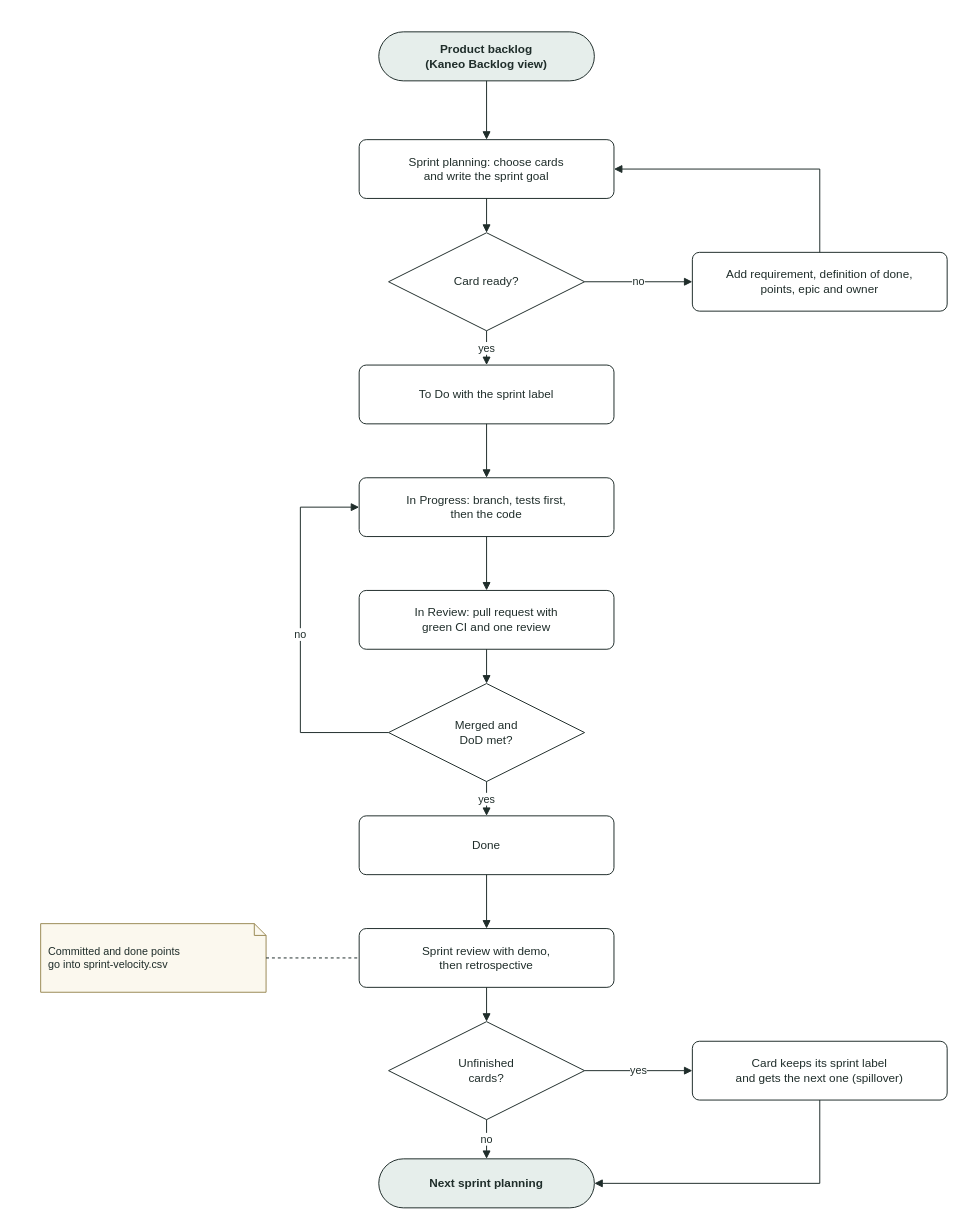
Before: docs/assets/drawio/sprint-flow.drawio in Mosekjaer/prepmeup, a draw.io diagram. Source tidied: cells renumbered, new cells numbered last; positions are measured from the earlier drawing's top-left corner, leaving out a move shared by most shapes. Both pictures are drawn from the tidied source at 98%, with x=0, y=0 at pixel (40, 31).
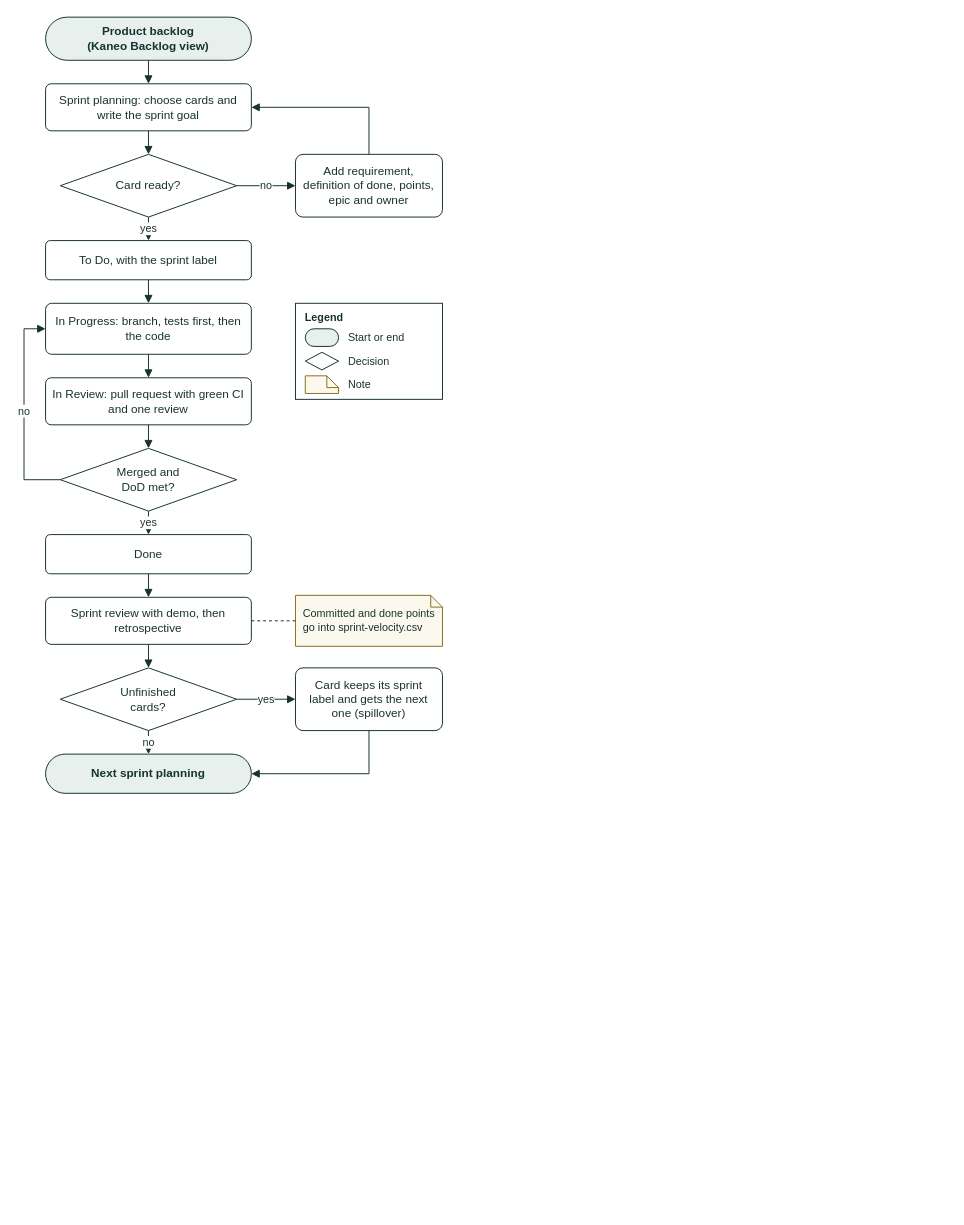
After the change.

Diff of the diagram source:
```diff
@@
-    <mxCell id="2" value="Product backlog&lt;br&gt;(Kaneo Backlog view)" style="rounded=1;arcSize=50;whiteSpace=wrap;html=1;fillColor=#e6eeeb;strokeColor=#1f2d2a;fontColor=#1f2d2a;fontStyle=1;fontSize=12;" parent="1" vertex="1">
-      <mxGeometry x="345" width="220" height="50" as="geometry" />
+    <mxCell id="2" value="Product backlog&lt;br&gt;(Kaneo Backlog view)" style="rounded=1;arcSize=50;whiteSpace=wrap;html=1;fillColor=#E8F0EE;strokeColor=#173330;fontColor=#173330;fontStyle=1;fontSize=12;fontFamily=Arial;" parent="1" vertex="1">
+      <mxGeometry x="5" y="-15" width="210" height="44" as="geometry" />
     </mxCell>
-    <mxCell id="3" value="Sprint planning: choose cards&lt;br&gt;and write the sprint goal" style="rounded=1;arcSize=12;whiteSpace=wrap;html=1;fillColor=#ffffff;strokeColor=#1f2d2a;fontColor=#1f2d2a;fontSize=12;" parent="1" vertex="1">
-      <mxGeometry x="325" y="110" width="260" height="60" as="geometry" />
+    <mxCell id="3" value="Sprint planning: choose cards and write the sprint goal" style="rounded=1;arcSize=12;whiteSpace=wrap;html=1;spacingLeft=6;spacingRight=6;fillColor=#FFFFFF;strokeColor=#173330;fontColor=#173330;fontSize=12;fontFamily=Arial;" parent="1" vertex="1">
+      <mxGeometry x="5" y="53" width="210" height="48" as="geometry" />
     </mxCell>
-    <mxCell id="4" value="Card ready?" style="rhombus;whiteSpace=wrap;html=1;fillColor=#ffffff;strokeColor=#1f2d2a;fontColor=#1f2d2a;fontSize=12;" parent="1" vertex="1">
-      <mxGeometry x="355" y="205" width="200" height="100" as="geometry" />
+    <mxCell id="4" value="Card ready?" style="rhombus;whiteSpace=wrap;html=1;fillColor=#FFFFFF;strokeColor=#173330;fontColor=#173330;fontSize=12;fontFamily=Arial;" parent="1" vertex="1">
+      <mxGeometry x="20" y="125" width="180" height="64" as="geometry" />
     </mxCell>
-    <mxCell id="5" value="Add requirement, definition of done,&lt;br&gt;points, epic and owner" style="rounded=1;arcSize=12;whiteSpace=wrap;html=1;fillColor=#ffffff;strokeColor=#1f2d2a;fontColor=#1f2d2a;fontSize=12;" parent="1" vertex="1">
-      <mxGeometry x="665" y="225" width="260" height="60" as="geometry" />
-    </mxCell>
-    <mxCell id="6" value="To Do with the sprint label" style="rounded=1;arcSize=12;whiteSpace=wrap;html=1;fillColor=#ffffff;strokeColor=#1f2d2a;fontColor=#1f2d2a;fontSize=12;" parent="1" vertex="1">
-      <mxGeometry x="325" y="340" width="260" height="60" as="geometry" />
+    <mxCell id="6" value="To Do, with the sprint label" style="rounded=1;arcSize=12;whiteSpace=wrap;html=1;spacingLeft=6;spacingRight=6;fillColor=#FFFFFF;strokeColor=#173330;fontColor=#173330;fontSize=12;fontFamily=Arial;" parent="1" vertex="1">
+      <mxGeometry x="5" y="213" width="210" height="40" as="geometry" />
     </mxCell>
-    <mxCell id="7" value="In Progress: branch, tests first,&lt;br&gt;then the code" style="rounded=1;arcSize=12;whiteSpace=wrap;html=1;fillColor=#ffffff;strokeColor=#1f2d2a;fontColor=#1f2d2a;fontSize=12;" parent="1" vertex="1">
-      <mxGeometry x="325" y="455" width="260" height="60" as="geometry" />
+    <mxCell id="7" value="In Progress: branch, tests first, then the code" style="rounded=1;arcSize=12;whiteSpace=wrap;html=1;spacingLeft=6;spacingRight=6;fillColor=#FFFFFF;strokeColor=#173330;fontColor=#173330;fontSize=12;fontFamily=Arial;" parent="1" vertex="1">
+      <mxGeometry x="5" y="277" width="210" height="52" as="geometry" />
     </mxCell>
-    <mxCell id="8" value="In Review: pull request with&lt;br&gt;green CI and one review" style="rounded=1;arcSize=12;whiteSpace=wrap;html=1;fillColor=#ffffff;strokeColor=#1f2d2a;fontColor=#1f2d2a;fontSize=12;" parent="1" vertex="1">
-      <mxGeometry x="325" y="570" width="260" height="60" as="geometry" />
+    <mxCell id="8" value="In Review: pull request with green CI and one review" style="rounded=1;arcSize=12;whiteSpace=wrap;html=1;spacingLeft=6;spacingRight=6;fillColor=#FFFFFF;strokeColor=#173330;fontColor=#173330;fontSize=12;fontFamily=Arial;" parent="1" vertex="1">
+      <mxGeometry x="5" y="353" width="210" height="48" as="geometry" />
     </mxCell>
-    <mxCell id="9" value="Merged and&lt;br&gt;DoD met?" style="rhombus;whiteSpace=wrap;html=1;fillColor=#ffffff;strokeColor=#1f2d2a;fontColor=#1f2d2a;fontSize=12;" parent="1" vertex="1">
-      <mxGeometry x="355" y="665" width="200" height="100" as="geometry" />
+    <mxCell id="9" value="Merged and&lt;br&gt;DoD met?" style="rhombus;whiteSpace=wrap;html=1;fillColor=#FFFFFF;strokeColor=#173330;fontColor=#173330;fontSize=12;fontFamily=Arial;" parent="1" vertex="1">
+      <mxGeometry x="20" y="425" width="180" height="64" as="geometry" />
     </mxCell>
-    <mxCell id="10" value="Done" style="rounded=1;arcSize=12;whiteSpace=wrap;html=1;fillColor=#ffffff;strokeColor=#1f2d2a;fontColor=#1f2d2a;fontSize=12;" parent="1" vertex="1">
-      <mxGeometry x="325" y="800" width="260" height="60" as="geometry" />
+    <mxCell id="10" value="Done" style="rounded=1;arcSize=12;whiteSpace=wrap;html=1;spacingLeft=6;spacingRight=6;fillColor=#FFFFFF;strokeColor=#173330;fontColor=#173330;fontSize=12;fontFamily=Arial;" parent="1" vertex="1">
+      <mxGeometry x="5" y="513" width="210" height="40" as="geometry" />
     </mxCell>
-    <mxCell id="11" value="Sprint review with demo,&lt;br&gt;then retrospective" style="rounded=1;arcSize=12;whiteSpace=wrap;html=1;fillColor=#ffffff;strokeColor=#1f2d2a;fontColor=#1f2d2a;fontSize=12;" parent="1" vertex="1">
-      <mxGeometry x="325" y="915" width="260" height="60" as="geometry" />
+    <mxCell id="11" value="Sprint review with demo, then retrospective" style="rounded=1;arcSize=12;whiteSpace=wrap;html=1;spacingLeft=6;spacingRight=6;fillColor=#FFFFFF;strokeColor=#173330;fontColor=#173330;fontSize=12;fontFamily=Arial;" parent="1" vertex="1">
+      <mxGeometry x="5" y="577" width="210" height="48" as="geometry" />
     </mxCell>
-    <mxCell id="12" value="Unfinished&lt;br&gt;cards?" style="rhombus;whiteSpace=wrap;html=1;fillColor=#ffffff;strokeColor=#1f2d2a;fontColor=#1f2d2a;fontSize=12;" parent="1" vertex="1">
-      <mxGeometry x="355" y="1010" width="200" height="100" as="geometry" />
+    <mxCell id="12" value="Unfinished&lt;br&gt;cards?" style="rhombus;whiteSpace=wrap;html=1;fillColor=#FFFFFF;strokeColor=#173330;fontColor=#173330;fontSize=12;fontFamily=Arial;" parent="1" vertex="1">
+      <mxGeometry x="20" y="649" width="180" height="64" as="geometry" />
     </mxCell>
+    <mxCell id="14" value="Next sprint planning" style="rounded=1;arcSize=50;whiteSpace=wrap;html=1;fillColor=#E8F0EE;strokeColor=#173330;fontColor=#173330;fontStyle=1;fontSize=12;fontFamily=Arial;" parent="1" vertex="1">
+      <mxGeometry x="5" y="737" width="210" height="40" as="geometry" />
+    </mxCell>
+    <mxCell id="5" value="Add requirement, definition of done, points, epic and owner" style="rounded=1;arcSize=12;whiteSpace=wrap;html=1;spacingLeft=6;spacingRight=6;fillColor=#FFFFFF;strokeColor=#173330;fontColor=#173330;fontSize=12;fontFamily=Arial;" parent="1" vertex="1">
+      <mxGeometry x="260" y="125" width="150" height="64" as="geometry" />
+    </mxCell>
+    <mxCell id="15" value="Committed and done points go into sprint-velocity.csv" style="shape=note;size=12;whiteSpace=wrap;html=1;align=left;verticalAlign=middle;spacingLeft=6;spacingRight=6;fillColor=#FBF8EE;strokeColor=#8A6D1F;fontColor=#173330;fontSize=11;fontFamily=Arial;" parent="1" vertex="1">
+      <mxGeometry x="260" y="575" width="150" height="52" as="geometry" />
+    </mxCell>
-    <mxCell id="13" value="Card keeps its sprint label&lt;br&gt;and gets the next one (spillover)" style="rounded=1;arcSize=12;whiteSpace=wrap;html=1;fillColor=#ffffff;strokeColor=#1f2d2a;fontColor=#1f2d2a;fontSize=12;" parent="1" vertex="1">
-      <mxGeometry x="665" y="1030" width="260" height="60" as="geometry" />
+    <mxCell id="13" value="Card keeps its sprint label and gets the next one (spillover)" style="rounded=1;arcSize=12;whiteSpace=wrap;html=1;spacingLeft=6;spacingRight=6;fillColor=#FFFFFF;strokeColor=#173330;fontColor=#173330;fontSize=12;fontFamily=Arial;" parent="1" vertex="1">
+      <mxGeometry x="260" y="649" width="150" height="64" as="geometry" />
     </mxCell>
-    <mxCell id="14" value="Next sprint planning" style="rounded=1;arcSize=50;whiteSpace=wrap;html=1;fillColor=#e6eeeb;strokeColor=#1f2d2a;fontColor=#1f2d2a;fontStyle=1;fontSize=12;" parent="1" vertex="1">
-      <mxGeometry x="345" y="1150" width="220" height="50" as="geometry" />
-    </mxCell>
-    <mxCell id="15" value="Committed and done points&lt;br&gt;go into sprint-velocity.csv" style="shape=note;size=12;whiteSpace=wrap;html=1;fillColor=#fbf8ee;strokeColor=#9a8a55;fontColor=#1f2d2a;fontSize=11;align=left;spacingLeft=6;" parent="1" vertex="1">
-      <mxGeometry y="910" width="230" height="70" as="geometry" />
-    </mxCell>
+    <mxCell id="32" value="Legend" style="rounded=0;whiteSpace=wrap;html=1;fillColor=#FFFFFF;strokeColor=#173330;fontColor=#173330;verticalAlign=top;align=left;spacingLeft=8;spacingTop=2;fontStyle=1;fontSize=11;fontFamily=Arial;" parent="1" vertex="1">
+      <mxGeometry x="260" y="277" width="150" height="98" as="geometry" />
+    </mxCell>
+    <mxCell id="33" style="rounded=1;arcSize=50;whiteSpace=wrap;html=1;fillColor=#E8F0EE;strokeColor=#173330;fontColor=#173330;fontStyle=1;fontSize=12;fontFamily=Arial;" parent="32" vertex="1">
+      <mxGeometry x="10" y="26" width="34" height="18" as="geometry" />
+    </mxCell>
+    <mxCell id="34" value="Start or end" style="text;html=1;align=left;verticalAlign=middle;whiteSpace=wrap;fontColor=#173330;fontSize=11;fontFamily=Arial;" parent="32" vertex="1">
+      <mxGeometry x="52" y="25" width="92" height="20" as="geometry" />
+    </mxCell>
+    <mxCell id="35" style="rhombus;whiteSpace=wrap;html=1;fillColor=#FFFFFF;strokeColor=#173330;fontColor=#173330;fontSize=12;fontFamily=Arial;" parent="32" vertex="1">
+      <mxGeometry x="10" y="50" width="34" height="18" as="geometry" />
+    </mxCell>
+    <mxCell id="36" value="Decision" style="text;html=1;align=left;verticalAlign=middle;whiteSpace=wrap;fontColor=#173330;fontSize=11;fontFamily=Arial;" parent="32" vertex="1">
+      <mxGeometry x="52" y="49" width="92" height="20" as="geometry" />
+    </mxCell>
+    <mxCell id="37" style="shape=note;size=12;whiteSpace=wrap;html=1;align=left;verticalAlign=middle;spacingLeft=6;spacingRight=6;fillColor=#FBF8EE;strokeColor=#8A6D1F;fontColor=#173330;fontSize=11;fontFamily=Arial;" parent="32" vertex="1">
+      <mxGeometry x="10" y="74" width="34" height="18" as="geometry" />
+    </mxCell>
+    <mxCell id="38" value="Note" style="text;html=1;align=left;verticalAlign=middle;whiteSpace=wrap;fontColor=#173330;fontSize=11;fontFamily=Arial;" parent="32" vertex="1">
+      <mxGeometry x="52" y="73" width="92" height="20" as="geometry" />
+    </mxCell>
-    <mxCell id="16" style="edgeStyle=orthogonalEdgeStyle;rounded=0;html=1;strokeColor=#1f2d2a;endArrow=block;endFill=1;fontSize=11;fontColor=#1f2d2a;labelBackgroundColor=#ffffff;" parent="1" edge="1" source="2" target="3">
+    <mxCell id="16" style="edgeStyle=orthogonalEdgeStyle;rounded=0;html=1;strokeColor=#173330;endArrow=block;endFill=1;fontSize=11;fontColor=#173330;labelBackgroundColor=#FFFFFF;fontFamily=Arial;exitX=0.5;exitY=1;exitDx=0;exitDy=0;entryX=0.5;entryY=0;entryDx=0;entryDy=0;" parent="1" edge="1" source="2" target="3">
       <mxGeometry relative="1" as="geometry" />
     </mxCell>
-    <mxCell id="17" style="edgeStyle=orthogonalEdgeStyle;rounded=0;html=1;strokeColor=#1f2d2a;endArrow=block;endFill=1;fontSize=11;fontColor=#1f2d2a;labelBackgroundColor=#ffffff;" parent="1" edge="1" source="3" target="4">
+    <mxCell id="17" style="edgeStyle=orthogonalEdgeStyle;rounded=0;html=1;strokeColor=#173330;endArrow=block;endFill=1;fontSize=11;fontColor=#173330;labelBackgroundColor=#FFFFFF;fontFamily=Arial;exitX=0.5;exitY=1;exitDx=0;exitDy=0;entryX=0.5;entryY=0;entryDx=0;entryDy=0;" parent="1" edge="1" source="3" target="4">
       <mxGeometry relative="1" as="geometry" />
     </mxCell>
-    <mxCell id="18" value="yes" style="edgeStyle=orthogonalEdgeStyle;rounded=0;html=1;strokeColor=#1f2d2a;endArrow=block;endFill=1;fontSize=11;fontColor=#1f2d2a;labelBackgroundColor=#ffffff;" parent="1" edge="1" source="4" target="6">
+    <mxCell id="18" value="yes" style="edgeStyle=orthogonalEdgeStyle;rounded=0;html=1;strokeColor=#173330;endArrow=block;endFill=1;fontSize=11;fontColor=#173330;labelBackgroundColor=#FFFFFF;fontFamily=Arial;exitX=0.5;exitY=1;exitDx=0;exitDy=0;entryX=0.5;entryY=0;entryDx=0;entryDy=0;" parent="1" edge="1" source="4" target="6">
       <mxGeometry relative="1" as="geometry" />
     </mxCell>
-    <mxCell id="19" value="no" style="edgeStyle=orthogonalEdgeStyle;rounded=0;html=1;strokeColor=#1f2d2a;endArrow=block;endFill=1;fontSize=11;fontColor=#1f2d2a;labelBackgroundColor=#ffffff;exitX=1;exitY=0.5;exitDx=0;exitDy=0;entryX=0;entryY=0.5;entryDx=0;entryDy=0;" parent="1" edge="1" source="4" target="5">
+    <mxCell id="19" value="no" style="edgeStyle=orthogonalEdgeStyle;rounded=0;html=1;strokeColor=#173330;endArrow=block;endFill=1;fontSize=11;fontColor=#173330;labelBackgroundColor=#FFFFFF;fontFamily=Arial;exitX=1;exitY=0.5;exitDx=0;exitDy=0;entryX=0;entryY=0.5;entryDx=0;entryDy=0;" parent="1" edge="1" source="4" target="5">
       <mxGeometry relative="1" as="geometry" />
     </mxCell>
-    <mxCell id="20" style="edgeStyle=orthogonalEdgeStyle;rounded=0;html=1;strokeColor=#1f2d2a;endArrow=block;endFill=1;fontSize=11;fontColor=#1f2d2a;labelBackgroundColor=#ffffff;exitX=0.5;exitY=0;exitDx=0;exitDy=0;entryX=1;entryY=0.5;entryDx=0;entryDy=0;" parent="1" edge="1" source="5" target="3">
+    <mxCell id="20" style="edgeStyle=orthogonalEdgeStyle;rounded=0;html=1;strokeColor=#173330;endArrow=block;endFill=1;fontSize=11;fontColor=#173330;labelBackgroundColor=#FFFFFF;fontFamily=Arial;exitX=0.5;exitY=0;exitDx=0;exitDy=0;entryX=1;entryY=0.5;entryDx=0;entryDy=0;" parent="1" edge="1" source="5" target="3">
       <mxGeometry relative="1" as="geometry">
         <Array as="points">
-          <mxPoint x="795" y="140" />
+          <mxPoint x="335" y="77" />
         </Array>
       </mxGeometry>
     </mxCell>
-    <mxCell id="21" style="edgeStyle=orthogonalEdgeStyle;rounded=0;html=1;strokeColor=#1f2d2a;endArrow=block;endFill=1;fontSize=11;fontColor=#1f2d2a;labelBackgroundColor=#ffffff;" parent="1" edge="1" source="6" target="7">
+    <mxCell id="21" style="edgeStyle=orthogonalEdgeStyle;rounded=0;html=1;strokeColor=#173330;endArrow=block;endFill=1;fontSize=11;fontColor=#173330;labelBackgroundColor=#FFFFFF;fontFamily=Arial;exitX=0.5;exitY=1;exitDx=0;exitDy=0;entryX=0.5;entryY=0;entryDx=0;entryDy=0;" parent="1" edge="1" source="6" target="7">
       <mxGeometry relative="1" as="geometry" />
     </mxCell>
-    <mxCell id="22" style="edgeStyle=orthogonalEdgeStyle;rounded=0;html=1;strokeColor=#1f2d2a;endArrow=block;endFill=1;fontSize=11;fontColor=#1f2d2a;labelBackgroundColor=#ffffff;" parent="1" edge="1" source="7" target="8">
+    <mxCell id="22" style="edgeStyle=orthogonalEdgeStyle;rounded=0;html=1;strokeColor=#173330;endArrow=block;endFill=1;fontSize=11;fontColor=#173330;labelBackgroundColor=#FFFFFF;fontFamily=Arial;exitX=0.5;exitY=1;exitDx=0;exitDy=0;entryX=0.5;entryY=0;entryDx=0;entryDy=0;" parent="1" edge="1" source="7" target="8">
       <mxGeometry relative="1" as="geometry" />
     </mxCell>
-    <mxCell id="23" style="edgeStyle=orthogonalEdgeStyle;rounded=0;html=1;strokeColor=#1f2d2a;endArrow=block;endFill=1;fontSize=11;fontColor=#1f2d2a;labelBackgroundColor=#ffffff;" parent="1" edge="1" source="8" target="9">
+    <mxCell id="23" style="edgeStyle=orthogonalEdgeStyle;rounded=0;html=1;strokeColor=#173330;endArrow=block;endFill=1;fontSize=11;fontColor=#173330;labelBackgroundColor=#FFFFFF;fontFamily=Arial;exitX=0.5;exitY=1;exitDx=0;exitDy=0;entryX=0.5;entryY=0;entryDx=0;entryDy=0;" parent="1" edge="1" source="8" target="9">
       <mxGeometry relative="1" as="geometry" />
     </mxCell>
-    <mxCell id="24" value="yes" style="edgeStyle=orthogonalEdgeStyle;rounded=0;html=1;strokeColor=#1f2d2a;endArrow=block;endFill=1;fontSize=11;fontColor=#1f2d2a;labelBackgroundColor=#ffffff;" parent="1" edge="1" source="9" target="10">
+    <mxCell id="24" value="yes" style="edgeStyle=orthogonalEdgeStyle;rounded=0;html=1;strokeColor=#173330;endArrow=block;endFill=1;fontSize=11;fontColor=#173330;labelBackgroundColor=#FFFFFF;fontFamily=Arial;exitX=0.5;exitY=1;exitDx=0;exitDy=0;entryX=0.5;entryY=0;entryDx=0;entryDy=0;" parent="1" edge="1" source="9" target="10">
       <mxGeometry relative="1" as="geometry" />
     </mxCell>
-    <mxCell id="25" value="no" style="edgeStyle=orthogonalEdgeStyle;rounded=0;html=1;strokeColor=#1f2d2a;endArrow=block;endFill=1;fontSize=11;fontColor=#1f2d2a;labelBackgroundColor=#ffffff;exitX=0;exitY=0.5;exitDx=0;exitDy=0;entryX=0;entryY=0.5;entryDx=0;entryDy=0;" parent="1" edge="1" source="9" target="7">
+    <mxCell id="25" value="no" style="edgeStyle=orthogonalEdgeStyle;rounded=0;html=1;strokeColor=#173330;endArrow=block;endFill=1;fontSize=11;fontColor=#173330;labelBackgroundColor=#FFFFFF;fontFamily=Arial;exitX=0;exitY=0.5;exitDx=0;exitDy=0;entryX=0;entryY=0.5;entryDx=0;entryDy=0;" parent="1" edge="1" source="9" target="7">
       <mxGeometry relative="1" as="geometry">
         <Array as="points">
-          <mxPoint x="265" y="715" />
-          <mxPoint x="265" y="485" />
+          <mxPoint x="-17" y="457" />
+          <mxPoint x="-17" y="303" />
         </Array>
       </mxGeometry>
     </mxCell>
-    <mxCell id="26" style="edgeStyle=orthogonalEdgeStyle;rounded=0;html=1;strokeColor=#1f2d2a;endArrow=block;endFill=1;fontSize=11;fontColor=#1f2d2a;labelBackgroundColor=#ffffff;" parent="1" edge="1" source="10" target="11">
+    <mxCell id="26" style="edgeStyle=orthogonalEdgeStyle;rounded=0;html=1;strokeColor=#173330;endArrow=block;endFill=1;fontSize=11;fontColor=#173330;labelBackgroundColor=#FFFFFF;fontFamily=Arial;exitX=0.5;exitY=1;exitDx=0;exitDy=0;entryX=0.5;entryY=0;entryDx=0;entryDy=0;" parent="1" edge="1" source="10" target="11">
       <mxGeometry relative="1" as="geometry" />
     </mxCell>
-    <mxCell id="27" style="edgeStyle=orthogonalEdgeStyle;rounded=0;html=1;strokeColor=#1f2d2a;endArrow=block;endFill=1;fontSize=11;fontColor=#1f2d2a;labelBackgroundColor=#ffffff;" parent="1" edge="1" source="11" target="12">
+    <mxCell id="27" style="edgeStyle=orthogonalEdgeStyle;rounded=0;html=1;strokeColor=#173330;endArrow=block;endFill=1;fontSize=11;fontColor=#173330;labelBackgroundColor=#FFFFFF;fontFamily=Arial;exitX=0.5;exitY=1;exitDx=0;exitDy=0;entryX=0.5;entryY=0;entryDx=0;entryDy=0;" parent="1" edge="1" source="11" target="12">
       <mxGeometry relative="1" as="geometry" />
     </mxCell>
-    <mxCell id="28" value="no" style="edgeStyle=orthogonalEdgeStyle;rounded=0;html=1;strokeColor=#1f2d2a;endArrow=block;endFill=1;fontSize=11;fontColor=#1f2d2a;labelBackgroundColor=#ffffff;" parent="1" edge="1" source="12" target="14">
+    <mxCell id="28" value="no" style="edgeStyle=orthogonalEdgeStyle;rounded=0;html=1;strokeColor=#173330;endArrow=block;endFill=1;fontSize=11;fontColor=#173330;labelBackgroundColor=#FFFFFF;fontFamily=Arial;exitX=0.5;exitY=1;exitDx=0;exitDy=0;entryX=0.5;entryY=0;entryDx=0;entryDy=0;" parent="1" edge="1" source="12" target="14">
       <mxGeometry relative="1" as="geometry" />
     </mxCell>
-    <mxCell id="29" value="yes" style="edgeStyle=orthogonalEdgeStyle;rounded=0;html=1;strokeColor=#1f2d2a;endArrow=block;endFill=1;fontSize=11;fontColor=#1f2d2a;labelBackgroundColor=#ffffff;exitX=1;exitY=0.5;exitDx=0;exitDy=0;entryX=0;entryY=0.5;entryDx=0;entryDy=0;" parent="1" edge="1" source="12" target="13">
+    <mxCell id="29" value="yes" style="edgeStyle=orthogonalEdgeStyle;rounded=0;html=1;strokeColor=#173330;endArrow=block;endFill=1;fontSize=11;fontColor=#173330;labelBackgroundColor=#FFFFFF;fontFamily=Arial;exitX=1;exitY=0.5;exitDx=0;exitDy=0;entryX=0;entryY=0.5;entryDx=0;entryDy=0;" parent="1" edge="1" source="12" target="13">
       <mxGeometry relative="1" as="geometry" />
     </mxCell>
-    <mxCell id="30" style="edgeStyle=orthogonalEdgeStyle;rounded=0;html=1;strokeColor=#1f2d2a;endArrow=block;endFill=1;fontSize=11;fontColor=#1f2d2a;labelBackgroundColor=#ffffff;exitX=0.5;exitY=1;exitDx=0;exitDy=0;entryX=1;entryY=0.5;entryDx=0;entryDy=0;" parent="1" edge="1" source="13" target="14">
-      <mxGeometry relative="1" as="geometry" />
+    <mxCell id="30" style="edgeStyle=orthogonalEdgeStyle;rounded=0;html=1;strokeColor=#173330;endArrow=block;endFill=1;fontSize=11;fontColor=#173330;labelBackgroundColor=#FFFFFF;fontFamily=Arial;exitX=0.5;exitY=1;exitDx=0;exitDy=0;entryX=1;entryY=0.5;entryDx=0;entryDy=0;" parent="1" edge="1" source="13" target="14">
+      <mxGeometry relative="1" as="geometry">
+        <Array as="points">
+          <mxPoint x="335" y="757" />
+        </Array>
+      </mxGeometry>
     </mxCell>
-    <mxCell id="31" style="edgeStyle=orthogonalEdgeStyle;rounded=0;html=1;strokeColor=#1f2d2a;endArrow=block;endFill=1;fontSize=11;fontColor=#1f2d2a;labelBackgroundColor=#ffffff;dashed=1;endArrow=none;" parent="1" edge="1" source="15" target="11">
+    <mxCell id="31" style="edgeStyle=none;html=1;strokeColor=#173330;dashed=1;endArrow=none;fontFamily=Arial;exitX=1;exitY=0.5;exitDx=0;exitDy=0;entryX=0;entryY=0.5;entryDx=0;entryDy=0;" parent="1" edge="1" source="11" target="15">
       <mxGeometry relative="1" as="geometry" />
     </mxCell>
```
